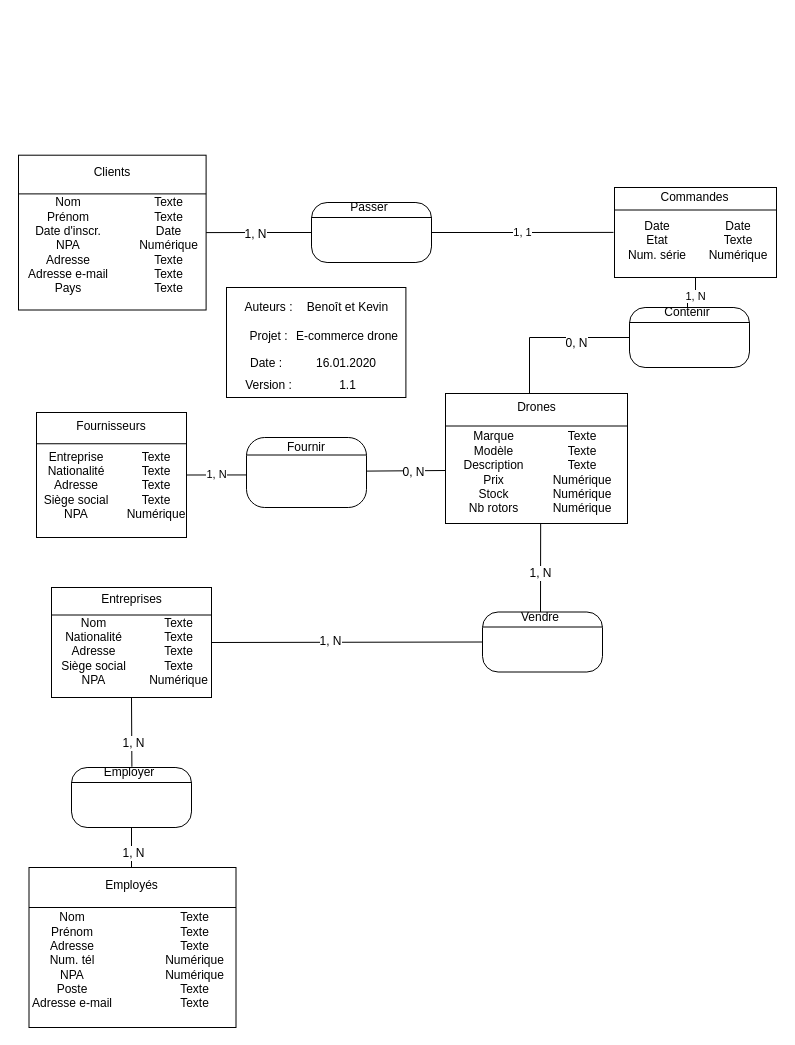
The draw.io diagram DRNRCE/MCD_Drone.drawio in BPTdev/MA-08_Drone, before the edit. Source tidied: cells renumbered, new cells numbered last; positions are measured from the earlier drawing's top-left corner, leaving out a move shared by most shapes. Both pictures are drawn from the tidied source at 100%, with x=0, y=0 at pixel (17, 17).
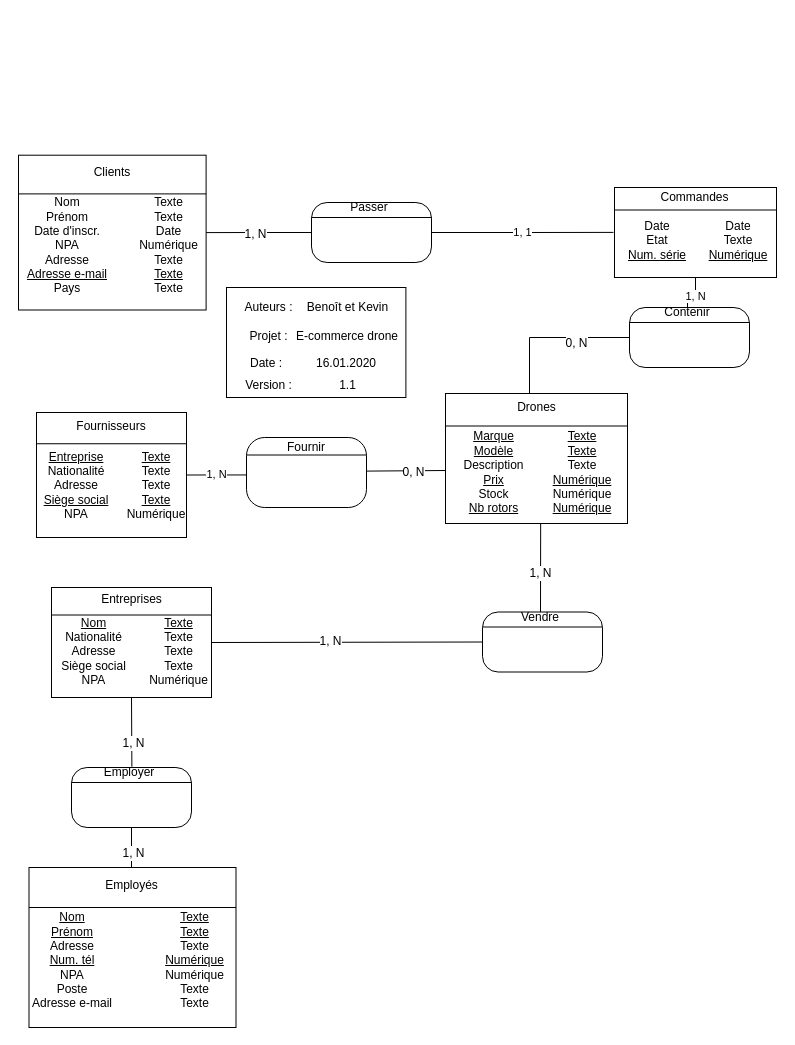
Above is the later version.

Commit message (it also covers changes not shown here):
Changement MCD

The change refers to these unchanged cells:
```xml
<mxCell id="27" style="group;" parent="26" vertex="1">
  <mxGeometry width="182" height="130" as="geometry" />
</mxCell>
<mxCell id="36" style="group;" parent="35" vertex="1">
  <mxGeometry width="187.6" height="154.8" as="geometry" />
</mxCell>
<mxCell id="46" style="group;" parent="44" vertex="1">
  <mxGeometry width="151.2" height="85" as="geometry" />
</mxCell>
<mxCell id="78" style="group;" parent="77" vertex="1">
  <mxGeometry width="160" height="110" as="geometry" />
</mxCell>
<mxCell id="93" style="group;" parent="92" vertex="1">
  <mxGeometry width="150" height="125" as="geometry" />
</mxCell>
<mxCell id="124" style="group;" parent="123" vertex="1">
  <mxGeometry width="207" height="160" as="geometry" />
</mxCell>
```

Change to the diagram source:
```diff
@@
-    <mxCell id="31" value="Marque&lt;br&gt;Modèle&lt;br&gt;Description&lt;br&gt;Prix&lt;br&gt;Stock&lt;br&gt;Nb rotors" style="text;html=1;strokeColor=none;fillColor=none;align=center;verticalAlign=middle;whiteSpace=wrap;rounded=0;" parent="27" vertex="1">
+    <mxCell id="31" value="&lt;u&gt;Marque&lt;br&gt;Modèle&lt;/u&gt;&lt;br&gt;Description&lt;br&gt;&lt;u&gt;Prix&lt;br&gt;&lt;/u&gt;Stock&lt;br&gt;&lt;u&gt;Nb rotors&lt;/u&gt;" style="text;html=1;strokeColor=none;fillColor=none;align=center;verticalAlign=middle;whiteSpace=wrap;rounded=0;" parent="27" vertex="1">
       <mxGeometry y="28.9" width="97.1" height="101.1" as="geometry" />
     </mxCell>
-    <mxCell id="32" value="Texte&lt;br&gt;Texte&lt;br&gt;Texte&lt;br&gt;Numérique&lt;br&gt;Numérique&lt;br&gt;Numérique" style="text;html=1;strokeColor=none;fillColor=none;align=center;verticalAlign=middle;whiteSpace=wrap;rounded=0;" parent="27" vertex="1">
+    <mxCell id="32" value="&lt;u&gt;Texte&lt;/u&gt;&lt;br&gt;&lt;u&gt;Texte&lt;/u&gt;&lt;br&gt;Texte&lt;br&gt;&lt;u&gt;Numérique&lt;/u&gt;&lt;br&gt;Numérique&lt;br&gt;&lt;u&gt;Numérique&lt;/u&gt;" style="text;html=1;strokeColor=none;fillColor=none;align=center;verticalAlign=middle;whiteSpace=wrap;rounded=0;" parent="27" vertex="1">
       <mxGeometry x="106.9" y="32.5" width="60.3" height="93.6" as="geometry" />
     </mxCell>
@@
-    <mxCell id="40" value="Nom&lt;br&gt;Prénom&lt;br&gt;Date d'inscr.&lt;br&gt;NPA&lt;br&gt;Adresse&lt;br&gt;Adresse e-mail&lt;br&gt;Pays" style="text;html=1;strokeColor=none;fillColor=none;align=center;verticalAlign=middle;whiteSpace=wrap;rounded=0;" parent="36" vertex="1">
-      <mxGeometry y="34.4" width="100" height="111.8" as="geometry" />
+    <mxCell id="40" value="Nom&lt;br&gt;Prénom&lt;br&gt;Date d'inscr.&lt;br&gt;NPA&lt;br&gt;Adresse&lt;br&gt;&lt;u&gt;Adresse e-mail&lt;/u&gt;&lt;br&gt;Pays" style="text;html=1;strokeColor=none;fillColor=none;align=center;verticalAlign=middle;whiteSpace=wrap;rounded=0;" parent="36" vertex="1">
+      <mxGeometry x="-1.5" y="34.4" width="100" height="111.8" as="geometry" />
     </mxCell>
-    <mxCell id="41" value="Texte&lt;br&gt;Texte&lt;br&gt;Date&lt;br&gt;Numérique&lt;br&gt;Texte&lt;br&gt;Texte&lt;br&gt;Texte" style="text;html=1;strokeColor=none;fillColor=none;align=center;verticalAlign=middle;whiteSpace=wrap;rounded=0;" parent="36" vertex="1">
+    <mxCell id="41" value="Texte&lt;br&gt;Texte&lt;br&gt;Date&lt;br&gt;Numérique&lt;br&gt;Texte&lt;br&gt;&lt;u&gt;Texte&lt;br&gt;&lt;/u&gt;Texte" style="text;html=1;strokeColor=none;fillColor=none;align=center;verticalAlign=middle;whiteSpace=wrap;rounded=0;" parent="36" vertex="1">
       <mxGeometry x="118.8" y="43" width="62.5" height="94.6" as="geometry" />
     </mxCell>
@@
-    <mxCell id="49" value="Date&lt;br&gt;Etat&lt;br&gt;Num. série" style="text;html=1;strokeColor=none;fillColor=none;align=center;verticalAlign=middle;whiteSpace=wrap;rounded=0;" parent="46" vertex="1">
+    <mxCell id="49" value="Date&lt;br&gt;Etat&lt;br&gt;&lt;u&gt;Num. série&lt;/u&gt;" style="text;html=1;strokeColor=none;fillColor=none;align=center;verticalAlign=middle;whiteSpace=wrap;rounded=0;" parent="46" vertex="1">
       <mxGeometry y="20" width="86.4" height="65" as="geometry" />
     </mxCell>
-    <mxCell id="50" value="Date&lt;br&gt;Texte&lt;br&gt;Numérique" style="text;html=1;strokeColor=none;fillColor=none;align=center;verticalAlign=middle;whiteSpace=wrap;rounded=0;" parent="46" vertex="1">
+    <mxCell id="50" value="Date&lt;br&gt;Texte&lt;br&gt;&lt;u&gt;Numérique&lt;/u&gt;" style="text;html=1;strokeColor=none;fillColor=none;align=center;verticalAlign=middle;whiteSpace=wrap;rounded=0;" parent="46" vertex="1">
       <mxGeometry x="97.2" y="25" width="54" height="55" as="geometry" />
     </mxCell>
@@
-    <mxCell id="82" value="Nom&lt;br&gt;Nationalité&lt;br&gt;Adresse&lt;br&gt;Siège social&lt;br&gt;NPA" style="text;html=1;strokeColor=none;fillColor=none;align=center;verticalAlign=middle;whiteSpace=wrap;rounded=0;" parent="78" vertex="1">
+    <mxCell id="82" value="&lt;u&gt;Nom&lt;br&gt;&lt;/u&gt;Nationalité&lt;br&gt;Adresse&lt;br&gt;Siège social&lt;br&gt;NPA" style="text;html=1;strokeColor=none;fillColor=none;align=center;verticalAlign=middle;whiteSpace=wrap;rounded=0;" parent="78" vertex="1">
       <mxGeometry y="24.4" width="85.3" height="79.4" as="geometry" />
     </mxCell>
-    <mxCell id="83" value="Texte&lt;br&gt;Texte&lt;br&gt;Texte&lt;br&gt;Texte&lt;br&gt;Numérique" style="text;html=1;strokeColor=none;fillColor=none;align=center;verticalAlign=middle;whiteSpace=wrap;rounded=0;" parent="78" vertex="1">
+    <mxCell id="83" value="&lt;u&gt;Texte&lt;/u&gt;&lt;br&gt;Texte&lt;br&gt;Texte&lt;br&gt;Texte&lt;br&gt;Numérique" style="text;html=1;strokeColor=none;fillColor=none;align=center;verticalAlign=middle;whiteSpace=wrap;rounded=0;" parent="78" vertex="1">
       <mxGeometry x="101.3" y="30.6" width="53.3" height="67.2" as="geometry" />
     </mxCell>
@@
-    <mxCell id="97" value="Entreprise&lt;br&gt;Nationalité&lt;br&gt;Adresse&lt;br&gt;Siège social&lt;br&gt;NPA" style="text;html=1;strokeColor=none;fillColor=none;align=center;verticalAlign=middle;whiteSpace=wrap;rounded=0;" parent="93" vertex="1">
+    <mxCell id="97" value="&lt;u&gt;Entreprise&lt;/u&gt;&lt;br&gt;Nationalité&lt;br&gt;Adresse&lt;br&gt;&lt;u&gt;Siège social&lt;br&gt;&lt;/u&gt;NPA" style="text;html=1;strokeColor=none;fillColor=none;align=center;verticalAlign=middle;whiteSpace=wrap;rounded=0;" parent="93" vertex="1">
       <mxGeometry y="27.8" width="80" height="90.3" as="geometry" />
     </mxCell>
-    <mxCell id="98" value="Texte&lt;br&gt;Texte&lt;br&gt;Texte&lt;br&gt;Texte&lt;br&gt;Numérique" style="text;html=1;strokeColor=none;fillColor=none;align=center;verticalAlign=middle;whiteSpace=wrap;rounded=0;" parent="93" vertex="1">
+    <mxCell id="98" value="&lt;u&gt;Texte&lt;/u&gt;&lt;br&gt;Texte&lt;br&gt;Texte&lt;br&gt;&lt;u&gt;Texte&lt;br&gt;&lt;/u&gt;Numérique" style="text;html=1;strokeColor=none;fillColor=none;align=center;verticalAlign=middle;whiteSpace=wrap;rounded=0;" parent="93" vertex="1">
       <mxGeometry x="95" y="34.7" width="50" height="76.4" as="geometry" />
     </mxCell>
@@
-    <mxCell id="128" value="Nom&lt;br&gt;Prénom&lt;br&gt;Adresse&lt;br&gt;Num. tél&lt;br&gt;NPA&lt;br&gt;Poste&lt;br&gt;Adresse e-mail" style="text;html=1;strokeColor=none;fillColor=none;align=center;verticalAlign=middle;whiteSpace=wrap;rounded=0;" parent="124" vertex="1">
+    <mxCell id="128" value="&lt;u&gt;Nom&lt;br&gt;Prénom&lt;/u&gt;&lt;br&gt;Adresse&lt;br&gt;&lt;u&gt;Num. tél&lt;br&gt;&lt;/u&gt;NPA&lt;br&gt;Poste&lt;br&gt;Adresse e-mail" style="text;html=1;strokeColor=none;fillColor=none;align=center;verticalAlign=middle;whiteSpace=wrap;rounded=0;" parent="124" vertex="1">
       <mxGeometry x="-12" y="35.6" width="110.4" height="115.6" as="geometry" />
     </mxCell>
-    <mxCell id="129" value="Texte&lt;br&gt;Texte&lt;br&gt;Texte&lt;br&gt;Numérique&lt;br&gt;Numérique&lt;br&gt;Texte&lt;br&gt;Texte" style="text;html=1;strokeColor=none;fillColor=none;align=center;verticalAlign=middle;whiteSpace=wrap;rounded=0;" parent="124" vertex="1">
+    <mxCell id="129" value="&lt;u&gt;Texte&lt;/u&gt;&lt;br&gt;&lt;u&gt;Texte&lt;br&gt;&lt;/u&gt;Texte&lt;br&gt;&lt;u&gt;Numérique&lt;/u&gt;&lt;br&gt;Numérique&lt;br&gt;Texte&lt;br&gt;Texte" style="text;html=1;strokeColor=none;fillColor=none;align=center;verticalAlign=middle;whiteSpace=wrap;rounded=0;" parent="124" vertex="1">
       <mxGeometry x="131.1" y="44.4" width="69" height="97.8" as="geometry" />
     </mxCell>
```
